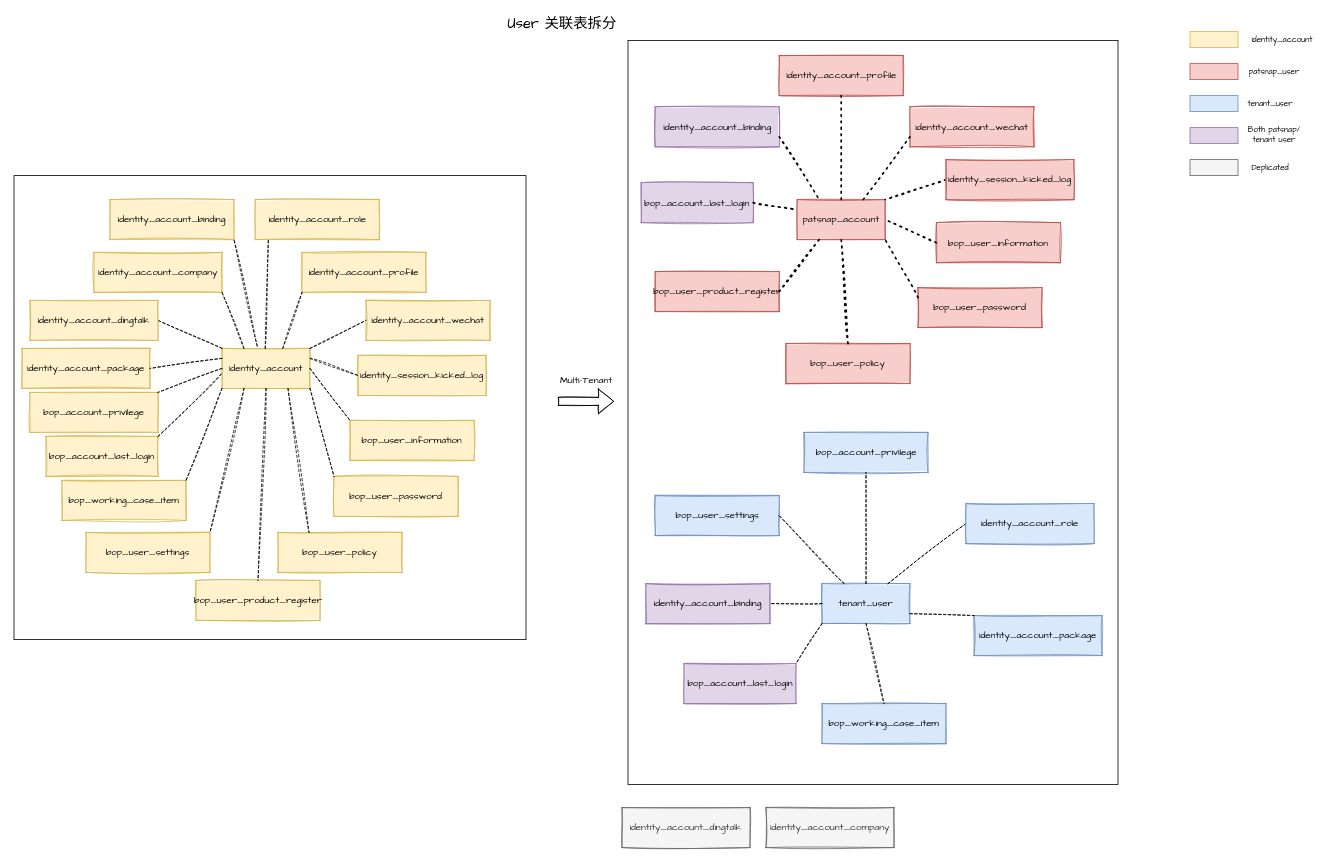
yindongjun/gangzhang.github.io keeps this draw.io diagram as page "Page-2" (2 of 2) of Multi-Tenants.drawio. Above is the earlier version. Source tidied: cells renumbered, new cells numbered last; positions are measured from the earlier drawing's top-left corner, leaving out a move shared by most shapes. Both pictures are drawn from the tidied source at 80%, with x=0, y=0 at pixel (14, 15).
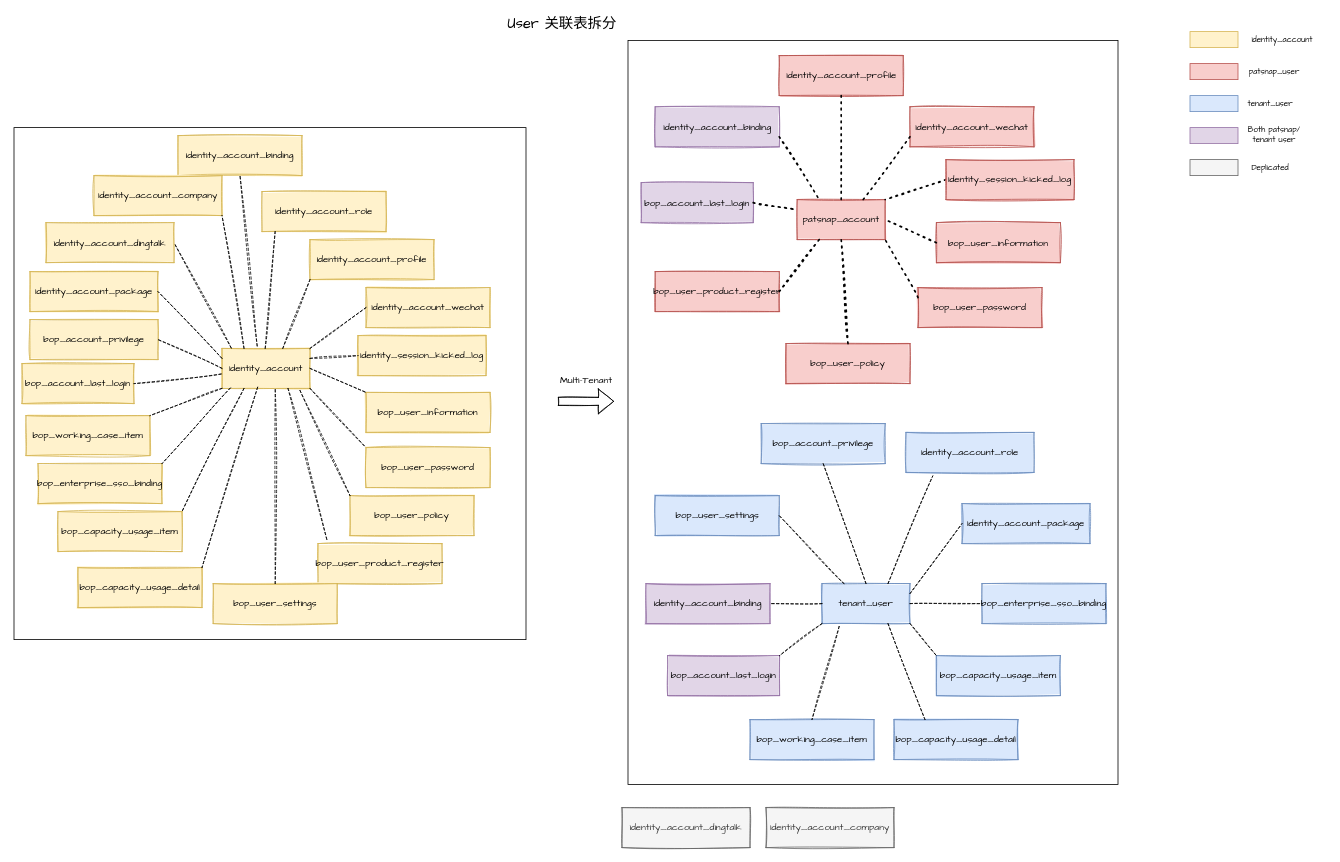
The same page after the edit.

Unchanged cells that the change refers to:
```xml
<mxCell id="5" value="&lt;span style=&quot;font-family: &amp;quot;Comic Sans MS&amp;quot;;&quot;&gt;tenant_user&lt;/span&gt;" style="whiteSpace=wrap;html=1;sketch=1;fillColor=#dae8fc;strokeColor=#6c8ebf;fillStyle=solid;" parent="1" vertex="1">
  <mxGeometry x="1010" y="710" width="110" height="50" as="geometry" />
</mxCell>
<mxCell id="8" value="&lt;span style=&quot;font-family: &amp;quot;Comic Sans MS&amp;quot;;&quot;&gt;identity_account&lt;/span&gt;" style="whiteSpace=wrap;html=1;sketch=1;fillColor=#fff2cc;strokeColor=#d6b656;fillStyle=solid;" parent="1" vertex="1">
  <mxGeometry x="260" y="416" width="110" height="50" as="geometry" />
</mxCell>
```

The edit, as a diff of the source:
```diff
@@
     <mxCell id="3" style="rounded=0;whiteSpace=wrap;html=1;fillStyle=solid;fontFamily=Comic Sans MS;fontSize=10;fillColor=default;" parent="1" vertex="1">
-      <mxGeometry y="200" width="640" height="580" as="geometry" />
+      <mxGeometry y="140" width="640" height="640" as="geometry" />
     </mxCell>
@@
-    <mxCell id="7" style="endArrow=none;dashed=1;html=1;rounded=0;fontFamily=Comic Sans MS;entryX=0;entryY=0.5;entryDx=0;entryDy=0;exitX=0.75;exitY=0;exitDx=0;exitDy=0;sketch=1;" parent="1" edge="1" source="5" target="58">
+    <mxCell id="7" style="endArrow=none;dashed=1;html=1;rounded=0;fontFamily=Comic Sans MS;entryX=0.209;entryY=1.09;entryDx=0;entryDy=0;exitX=0.75;exitY=0;exitDx=0;exitDy=0;sketch=1;entryPerimeter=0;" parent="1" edge="1" source="5" target="58">
       <mxGeometry relative="1" as="geometry" />
     </mxCell>
@@
-    <mxCell id="9" style="endArrow=none;dashed=1;html=1;rounded=0;fontFamily=Comic Sans MS;entryX=1;entryY=0.5;entryDx=0;entryDy=0;exitX=0;exitY=0;exitDx=0;exitDy=0;sketch=1;" parent="1" edge="1" source="8" target="25">
+    <mxCell id="9" style="endArrow=none;dashed=1;html=1;rounded=0;fontFamily=Comic Sans MS;entryX=1;entryY=0.5;entryDx=0;entryDy=0;exitX=0.105;exitY=-0.01;exitDx=0;exitDy=0;sketch=1;exitPerimeter=0;" parent="1" edge="1" source="8" target="25">
       <mxGeometry relative="1" as="geometry" />
     </mxCell>
@@
     <mxCell id="13" value="&lt;font face=&quot;Comic Sans MS&quot;&gt;bop_account_last_login&lt;/font&gt;" style="whiteSpace=wrap;html=1;sketch=1;fillColor=#fff2cc;strokeColor=#d6b656;fillStyle=solid;" parent="1" vertex="1">
-      <mxGeometry x="40" y="526" width="140" height="50" as="geometry" />
+      <mxGeometry x="10" y="435" width="140" height="50" as="geometry" />
     </mxCell>
     <mxCell id="14" value="&lt;span style=&quot;font-family: &amp;quot;Comic Sans MS&amp;quot;;&quot;&gt;identity_account_role&lt;/span&gt;" style="whiteSpace=wrap;html=1;sketch=1;fillColor=#fff2cc;strokeColor=#d6b656;fillStyle=solid;" parent="1" vertex="1">
-      <mxGeometry x="301.5" y="230" width="155" height="50" as="geometry" />
+      <mxGeometry x="310" y="220" width="155" height="50" as="geometry" />
     </mxCell>
     <mxCell id="15" value="&lt;span style=&quot;font-family: &amp;quot;Comic Sans MS&amp;quot;;&quot;&gt;identity_account_profile&lt;/span&gt;" style="whiteSpace=wrap;html=1;sketch=1;fillColor=#fff2cc;strokeColor=#d6b656;fillStyle=solid;" parent="1" vertex="1">
-      <mxGeometry x="360" y="296" width="155" height="50" as="geometry" />
+      <mxGeometry x="370" y="280" width="155" height="50" as="geometry" />
     </mxCell>
     <mxCell id="16" value="&lt;span style=&quot;font-family: &amp;quot;Comic Sans MS&amp;quot;;&quot;&gt;identity_account_wechat&lt;/span&gt;" style="whiteSpace=wrap;html=1;sketch=1;fillColor=#fff2cc;strokeColor=#d6b656;fillStyle=solid;" parent="1" vertex="1">
-      <mxGeometry x="440" y="356" width="155" height="50" as="geometry" />
+      <mxGeometry x="440" y="340" width="155" height="50" as="geometry" />
     </mxCell>
     <mxCell id="17" value="&lt;span style=&quot;font-family: &amp;quot;Comic Sans MS&amp;quot;;&quot;&gt;bop_user_information&lt;/span&gt;" style="whiteSpace=wrap;html=1;sketch=1;fillColor=#fff2cc;strokeColor=#d6b656;fillStyle=solid;" parent="1" vertex="1">
-      <mxGeometry x="420" y="506" width="155" height="50" as="geometry" />
+      <mxGeometry x="440" y="471" width="155" height="50" as="geometry" />
     </mxCell>
     <mxCell id="18" value="&lt;span style=&quot;font-family: &amp;quot;Comic Sans MS&amp;quot;;&quot;&gt;bop_user_password&lt;/span&gt;" style="whiteSpace=wrap;html=1;sketch=1;fillColor=#fff2cc;strokeColor=#d6b656;fillStyle=solid;" parent="1" vertex="1">
-      <mxGeometry x="400" y="576" width="155" height="50" as="geometry" />
+      <mxGeometry x="440" y="540" width="155" height="50" as="geometry" />
     </mxCell>
     <mxCell id="19" value="&lt;span style=&quot;font-family: &amp;quot;Comic Sans MS&amp;quot;;&quot;&gt;bop_user_policy&lt;/span&gt;" style="whiteSpace=wrap;html=1;sketch=1;fillColor=#fff2cc;strokeColor=#d6b656;fillStyle=solid;" parent="1" vertex="1">
-      <mxGeometry x="330" y="646" width="155" height="50" as="geometry" />
+      <mxGeometry x="420" y="600" width="155" height="50" as="geometry" />
     </mxCell>
     <mxCell id="20" value="&lt;span style=&quot;font-family: &amp;quot;Comic Sans MS&amp;quot;;&quot;&gt;bop_user_product_register&lt;/span&gt;" style="whiteSpace=wrap;html=1;sketch=1;fillColor=#fff2cc;strokeColor=#d6b656;fillStyle=solid;" parent="1" vertex="1">
-      <mxGeometry x="227.5" y="706" width="155" height="50" as="geometry" />
+      <mxGeometry x="380" y="660" width="155" height="50" as="geometry" />
     </mxCell>
     <mxCell id="21" value="&lt;span style=&quot;font-family: &amp;quot;Comic Sans MS&amp;quot;;&quot;&gt;bop_user_settings&lt;/span&gt;" style="whiteSpace=wrap;html=1;sketch=1;fillColor=#fff2cc;strokeColor=#d6b656;fillStyle=solid;" parent="1" vertex="1">
-      <mxGeometry x="90" y="646" width="155" height="50" as="geometry" />
+      <mxGeometry x="249" y="710" width="155" height="50" as="geometry" />
     </mxCell>
     <mxCell id="22" value="&lt;span style=&quot;font-family: &amp;quot;Comic Sans MS&amp;quot;;&quot;&gt;bop_working_case_item&lt;/span&gt;" style="whiteSpace=wrap;html=1;sketch=1;fillColor=#fff2cc;strokeColor=#d6b656;fillStyle=solid;" parent="1" vertex="1">
-      <mxGeometry x="60" y="581" width="155" height="50" as="geometry" />
+      <mxGeometry x="15" y="500" width="155" height="50" as="geometry" />
     </mxCell>
     <mxCell id="23" value="&lt;span style=&quot;font-family: &amp;quot;Comic Sans MS&amp;quot;;&quot;&gt;identity_account_binding&lt;/span&gt;" style="whiteSpace=wrap;html=1;sketch=1;fillColor=#fff2cc;strokeColor=#d6b656;fillStyle=solid;" parent="1" vertex="1">
-      <mxGeometry x="120" y="230" width="155" height="50" as="geometry" />
+      <mxGeometry x="205" y="150" width="155" height="50" as="geometry" />
     </mxCell>
     <mxCell id="24" value="&lt;font face=&quot;Comic Sans MS&quot;&gt;identity_account_company&lt;/font&gt;" style="whiteSpace=wrap;html=1;sketch=1;fillColor=#fff2cc;strokeColor=#d6b656;fillStyle=solid;" parent="1" vertex="1">
-      <mxGeometry x="100" y="296" width="160" height="50" as="geometry" />
+      <mxGeometry x="100" y="200" width="160" height="50" as="geometry" />
     </mxCell>
     <mxCell id="25" value="&lt;font face=&quot;Comic Sans MS&quot;&gt;identity_account_dingtalk&lt;/font&gt;" style="whiteSpace=wrap;html=1;sketch=1;fillColor=#fff2cc;strokeColor=#d6b656;fillStyle=solid;" parent="1" vertex="1">
-      <mxGeometry x="20" y="356" width="160" height="50" as="geometry" />
+      <mxGeometry x="40" y="258.8" width="160" height="50" as="geometry" />
     </mxCell>
     <mxCell id="26" value="&lt;span style=&quot;font-family: &amp;quot;Comic Sans MS&amp;quot;;&quot;&gt;identity_account_package&lt;/span&gt;" style="whiteSpace=wrap;html=1;sketch=1;fillColor=#fff2cc;strokeColor=#d6b656;fillStyle=solid;" parent="1" vertex="1">
-      <mxGeometry x="10" y="416" width="160" height="50" as="geometry" />
+      <mxGeometry x="20" y="320" width="160" height="50" as="geometry" />
     </mxCell>
     <mxCell id="27" value="&lt;span style=&quot;font-family: &amp;quot;Comic Sans MS&amp;quot;;&quot;&gt;bop_account_privilege&lt;/span&gt;&lt;font face=&quot;Comic Sans MS&quot;&gt;&lt;br&gt;&lt;/font&gt;" style="whiteSpace=wrap;html=1;sketch=1;fillColor=#fff2cc;strokeColor=#d6b656;fillStyle=solid;" parent="1" vertex="1">
-      <mxGeometry x="20" y="471" width="160" height="50" as="geometry" />
+      <mxGeometry x="20" y="380" width="160" height="50" as="geometry" />
     </mxCell>
     <mxCell id="28" value="&lt;font face=&quot;Comic Sans MS&quot;&gt;identity_session_kicked_log&lt;/font&gt;" style="whiteSpace=wrap;html=1;sketch=1;fillColor=#fff2cc;strokeColor=#d6b656;fillStyle=solid;" parent="1" vertex="1">
-      <mxGeometry x="430" y="424.8" width="160" height="50" as="geometry" />
+      <mxGeometry x="430" y="400" width="160" height="50" as="geometry" />
     </mxCell>
@@
-    <mxCell id="30" style="endArrow=none;dashed=1;html=1;rounded=0;fontFamily=Comic Sans MS;entryX=1;entryY=1;entryDx=0;entryDy=0;exitX=0.4;exitY=-0.06;exitDx=0;exitDy=0;sketch=1;exitPerimeter=0;" parent="1" edge="1" source="8" target="23">
+    <mxCell id="30" style="endArrow=none;dashed=1;html=1;rounded=0;fontFamily=Comic Sans MS;entryX=0.5;entryY=1;entryDx=0;entryDy=0;exitX=0.4;exitY=-0.06;exitDx=0;exitDy=0;sketch=1;exitPerimeter=0;" parent="1" edge="1" source="8" target="23">
       <mxGeometry relative="1" as="geometry" />
     </mxCell>
@@
-    <mxCell id="37" style="endArrow=none;dashed=1;html=1;rounded=0;fontFamily=Comic Sans MS;entryX=0.25;entryY=0;entryDx=0;entryDy=0;sketch=1;exitX=0.75;exitY=1;exitDx=0;exitDy=0;" parent="1" edge="1" source="8" target="19">
+    <mxCell id="37" style="endArrow=none;dashed=1;html=1;rounded=0;fontFamily=Comic Sans MS;entryX=0;entryY=0;entryDx=0;entryDy=0;sketch=1;exitX=0.886;exitY=1.05;exitDx=0;exitDy=0;exitPerimeter=0;" parent="1" edge="1" source="8" target="19">
       <mxGeometry relative="1" as="geometry" />
     </mxCell>
-    <mxCell id="38" style="endArrow=none;dashed=1;html=1;rounded=0;fontFamily=Comic Sans MS;entryX=0.5;entryY=0;entryDx=0;entryDy=0;sketch=1;exitX=0.5;exitY=1;exitDx=0;exitDy=0;" parent="1" edge="1" source="8" target="20">
+    <mxCell id="38" style="endArrow=none;dashed=1;html=1;rounded=0;fontFamily=Comic Sans MS;entryX=0.074;entryY=-0.07;entryDx=0;entryDy=0;sketch=1;exitX=0.75;exitY=1;exitDx=0;exitDy=0;entryPerimeter=0;" parent="1" edge="1" source="8" target="20">
       <mxGeometry relative="1" as="geometry" />
     </mxCell>
-    <mxCell id="39" style="endArrow=none;dashed=1;html=1;rounded=0;fontFamily=Comic Sans MS;entryX=1;entryY=0;entryDx=0;entryDy=0;sketch=1;exitX=0.25;exitY=1;exitDx=0;exitDy=0;" parent="1" edge="1" source="8" target="21">
+    <mxCell id="39" style="endArrow=none;dashed=1;html=1;rounded=0;fontFamily=Comic Sans MS;sketch=1;exitX=0.605;exitY=1.03;exitDx=0;exitDy=0;exitPerimeter=0;" parent="1" edge="1" source="8" target="21">
       <mxGeometry relative="1" as="geometry" />
     </mxCell>
@@
-    <mxCell id="41" style="endArrow=none;dashed=1;html=1;rounded=0;fontFamily=Comic Sans MS;entryX=1;entryY=0;entryDx=0;entryDy=0;sketch=1;exitX=-0.009;exitY=0.64;exitDx=0;exitDy=0;exitPerimeter=0;" parent="1" edge="1" source="8" target="13">
+    <mxCell id="41" style="endArrow=none;dashed=1;html=1;rounded=0;fontFamily=Comic Sans MS;entryX=1;entryY=0.5;entryDx=0;entryDy=0;sketch=1;exitX=-0.009;exitY=0.64;exitDx=0;exitDy=0;exitPerimeter=0;" parent="1" edge="1" source="8" target="13">
       <mxGeometry relative="1" as="geometry" />
     </mxCell>
-    <mxCell id="42" style="endArrow=none;dashed=1;html=1;rounded=0;fontFamily=Comic Sans MS;entryX=1;entryY=0;entryDx=0;entryDy=0;sketch=1;exitX=0;exitY=0.5;exitDx=0;exitDy=0;" parent="1" edge="1" source="8" target="27">
+    <mxCell id="42" style="endArrow=none;dashed=1;html=1;rounded=0;fontFamily=Comic Sans MS;entryX=1;entryY=0.5;entryDx=0;entryDy=0;sketch=1;exitX=0;exitY=0.5;exitDx=0;exitDy=0;" parent="1" edge="1" source="8" target="27">
       <mxGeometry relative="1" as="geometry" />
     </mxCell>
@@
     <mxCell id="46" value="&lt;span style=&quot;font-family: &amp;quot;Comic Sans MS&amp;quot;;&quot;&gt;bop_account_privilege&lt;/span&gt;" style="whiteSpace=wrap;html=1;sketch=1;fillColor=#dae8fc;strokeColor=#6c8ebf;fillStyle=solid;" parent="1" vertex="1">
-      <mxGeometry x="987.5" y="521" width="155" height="50" as="geometry" />
+      <mxGeometry x="934" y="510" width="155" height="50" as="geometry" />
     </mxCell>
@@
     <mxCell id="55" value="&lt;span style=&quot;font-family: &amp;quot;Comic Sans MS&amp;quot;;&quot;&gt;bop_working_case_item&lt;/span&gt;" style="whiteSpace=wrap;html=1;sketch=1;fillColor=#dae8fc;strokeColor=#6c8ebf;fillStyle=solid;" parent="1" vertex="1">
-      <mxGeometry x="1010" y="860" width="155" height="50" as="geometry" />
+      <mxGeometry x="920" y="880" width="155" height="50" as="geometry" />
     </mxCell>
     <mxCell id="56" value="&lt;font face=&quot;Comic Sans MS&quot;&gt;bop_account_last_login&lt;/font&gt;" style="whiteSpace=wrap;html=1;sketch=1;fillColor=#e1d5e7;strokeColor=#9673a6;fillStyle=solid;" parent="1" vertex="1">
-      <mxGeometry x="837.5" y="810" width="140" height="50" as="geometry" />
+      <mxGeometry x="817" y="800" width="140" height="50" as="geometry" />
     </mxCell>
@@
     <mxCell id="58" value="&lt;font face=&quot;Comic Sans MS&quot;&gt;identity_account_role&lt;/font&gt;" style="whiteSpace=wrap;html=1;sketch=1;fillColor=#dae8fc;strokeColor=#6c8ebf;fillStyle=solid;" parent="1" vertex="1">
-      <mxGeometry x="1190" y="610" width="160" height="50" as="geometry" />
+      <mxGeometry x="1115" y="521" width="160" height="50" as="geometry" />
     </mxCell>
     <mxCell id="59" value="&lt;font face=&quot;Comic Sans MS&quot;&gt;identity_account_package&lt;/font&gt;" style="whiteSpace=wrap;html=1;sketch=1;fillColor=#dae8fc;strokeColor=#6c8ebf;fillStyle=solid;" parent="1" vertex="1">
-      <mxGeometry x="1200" y="750" width="160" height="50" as="geometry" />
+      <mxGeometry x="1185" y="610" width="160" height="50" as="geometry" />
     </mxCell>
@@
-    <mxCell id="61" style="endArrow=none;dashed=1;html=1;rounded=0;fontFamily=Comic Sans MS;exitX=1;exitY=0.75;exitDx=0;exitDy=0;sketch=1;entryX=0;entryY=0;entryDx=0;entryDy=0;" parent="1" edge="1" source="5" target="59">
+    <mxCell id="61" style="endArrow=none;dashed=1;html=1;rounded=0;fontFamily=Comic Sans MS;exitX=1;exitY=0.25;exitDx=0;exitDy=0;sketch=1;entryX=0;entryY=0.5;entryDx=0;entryDy=0;" parent="1" edge="1" source="5" target="59">
       <mxGeometry relative="1" as="geometry" />
     </mxCell>
-    <mxCell id="62" style="endArrow=none;dashed=1;html=1;rounded=0;fontFamily=Comic Sans MS;exitX=0.5;exitY=1;exitDx=0;exitDy=0;sketch=1;entryX=0.5;entryY=0;entryDx=0;entryDy=0;" parent="1" edge="1" source="5" target="55">
+    <mxCell id="62" style="endArrow=none;dashed=1;html=1;rounded=0;fontFamily=Comic Sans MS;exitX=0.195;exitY=1.07;exitDx=0;exitDy=0;sketch=1;entryX=0.5;entryY=0;entryDx=0;entryDy=0;exitPerimeter=0;" parent="1" edge="1" source="5" target="55">
       <mxGeometry relative="1" as="geometry" />
     </mxCell>
@@
+    <mxCell id="86" value="&lt;font face=&quot;Comic Sans MS&quot;&gt;bop_enterprise_sso_binding&lt;/font&gt;" style="whiteSpace=wrap;html=1;sketch=1;fillColor=#fff2cc;strokeColor=#d6b656;fillStyle=solid;" parent="1" vertex="1">
+      <mxGeometry x="30" y="560" width="155" height="50" as="geometry" />
+    </mxCell>
+    <mxCell id="87" value="&lt;font face=&quot;Comic Sans MS&quot;&gt;bop_capacity_usage_item&lt;/font&gt;" style="whiteSpace=wrap;html=1;sketch=1;fillColor=#fff2cc;strokeColor=#d6b656;fillStyle=solid;" parent="1" vertex="1">
+      <mxGeometry x="55" y="620" width="155" height="50" as="geometry" />
+    </mxCell>
+    <mxCell id="88" value="&lt;font face=&quot;Comic Sans MS&quot;&gt;bop_capacity_usage_detail&lt;/font&gt;" style="whiteSpace=wrap;html=1;sketch=1;fillColor=#fff2cc;strokeColor=#d6b656;fillStyle=solid;" parent="1" vertex="1">
+      <mxGeometry x="80" y="690" width="155" height="50" as="geometry" />
+    </mxCell>
+    <mxCell id="89" style="endArrow=none;dashed=1;html=1;rounded=0;fontFamily=Comic Sans MS;entryX=1;entryY=0;entryDx=0;entryDy=0;sketch=1;exitX=0.095;exitY=0.99;exitDx=0;exitDy=0;exitPerimeter=0;" parent="1" edge="1" source="8" target="86">
+      <mxGeometry relative="1" as="geometry" />
+    </mxCell>
+    <mxCell id="90" style="endArrow=none;dashed=1;html=1;rounded=0;fontFamily=Comic Sans MS;entryX=1;entryY=0;entryDx=0;entryDy=0;sketch=1;exitX=0.25;exitY=1;exitDx=0;exitDy=0;" parent="1" edge="1" source="8" target="87">
+      <mxGeometry relative="1" as="geometry" />
+    </mxCell>
+    <mxCell id="91" style="endArrow=none;dashed=1;html=1;rounded=0;fontFamily=Comic Sans MS;entryX=1;entryY=0;entryDx=0;entryDy=0;sketch=1;exitX=0.405;exitY=0.97;exitDx=0;exitDy=0;exitPerimeter=0;" parent="1" edge="1" source="8" target="88">
+      <mxGeometry relative="1" as="geometry" />
+    </mxCell>
+    <mxCell id="92" value="&lt;font face=&quot;Comic Sans MS&quot;&gt;bop_enterprise_sso_binding&lt;/font&gt;" style="whiteSpace=wrap;html=1;sketch=1;fillColor=#dae8fc;strokeColor=#6c8ebf;fillStyle=solid;" parent="1" vertex="1">
+      <mxGeometry x="1210" y="710" width="155" height="50" as="geometry" />
+    </mxCell>
+    <mxCell id="93" value="&lt;font face=&quot;Comic Sans MS&quot;&gt;bop_capacity_usage_item&lt;/font&gt;" style="whiteSpace=wrap;html=1;sketch=1;fillColor=#dae8fc;strokeColor=#6c8ebf;fillStyle=solid;" parent="1" vertex="1">
+      <mxGeometry x="1153" y="800" width="155" height="50" as="geometry" />
+    </mxCell>
+    <mxCell id="94" value="&lt;font face=&quot;Comic Sans MS&quot;&gt;bop_capacity_usage_detail&lt;/font&gt;" style="whiteSpace=wrap;html=1;sketch=1;fillColor=#dae8fc;strokeColor=#6c8ebf;fillStyle=solid;" parent="1" vertex="1">
+      <mxGeometry x="1100" y="880" width="155" height="50" as="geometry" />
+    </mxCell>
+    <mxCell id="95" style="endArrow=none;dashed=1;html=1;rounded=0;fontFamily=Comic Sans MS;exitX=0.75;exitY=1;exitDx=0;exitDy=0;sketch=1;entryX=0.25;entryY=0;entryDx=0;entryDy=0;" parent="1" edge="1" source="5" target="94">
+      <mxGeometry relative="1" as="geometry" />
+    </mxCell>
+    <mxCell id="96" style="endArrow=none;dashed=1;html=1;rounded=0;fontFamily=Comic Sans MS;exitX=1;exitY=1;exitDx=0;exitDy=0;sketch=1;entryX=0;entryY=0;entryDx=0;entryDy=0;" parent="1" edge="1" source="5" target="93">
+      <mxGeometry relative="1" as="geometry" />
+    </mxCell>
+    <mxCell id="97" style="endArrow=none;dashed=1;html=1;rounded=0;fontFamily=Comic Sans MS;exitX=1;exitY=0.5;exitDx=0;exitDy=0;sketch=1;entryX=0;entryY=0.5;entryDx=0;entryDy=0;" parent="1" edge="1" source="5" target="92">
+      <mxGeometry relative="1" as="geometry" />
+    </mxCell>
```
